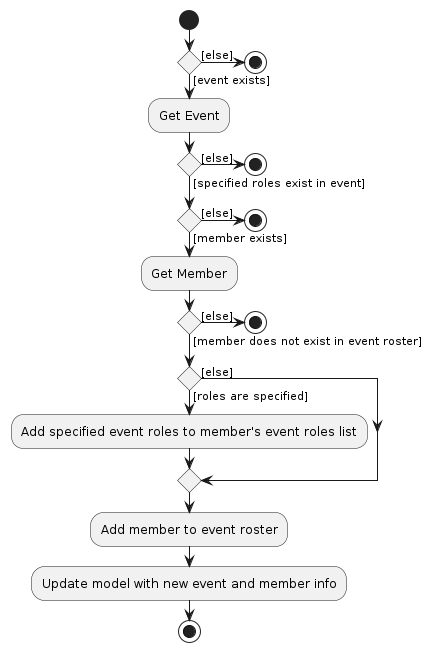
Before: diagrams/AssignEventActivityDiagram.png, a diagram exported from PlantUML (AY2526S1-CS2103T-T11-3/tp). Its source is kept beside it as diagrams/AssignEventActivityDiagram.puml.
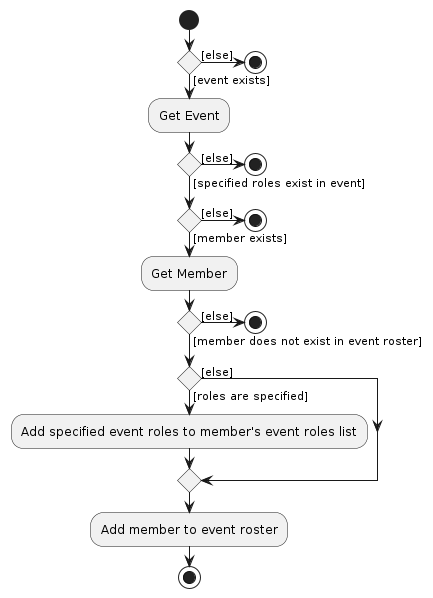
The same diagram one commit later.

The edit, as a diff of the source:
```diff
@@ -35,7 +35,6 @@
 endif
 
 :Add member to event roster;
-:Update model with new event and member info;
 
 stop
 
```
